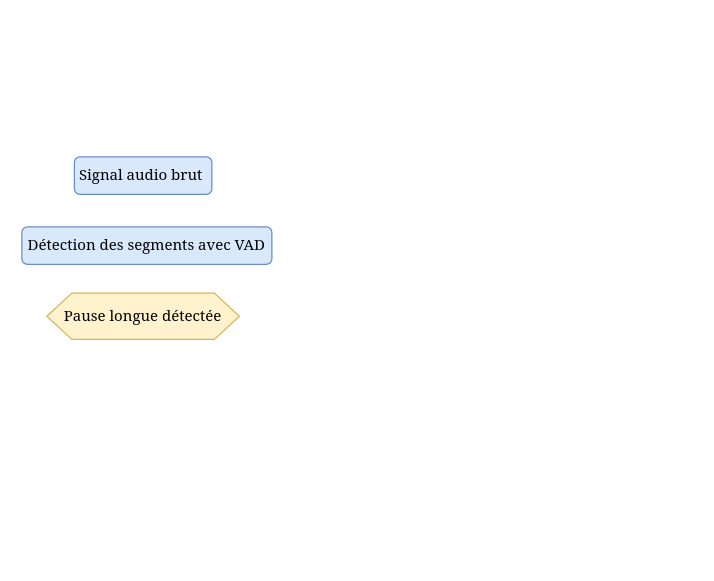
Before: page "Page-2" (2 of 2) of Trimodal_Fluency_sslmodel.drawio in papasega/Applied-Deep-Learning, a draw.io diagram. Source tidied: cells renumbered, new cells numbered last; positions are measured from the earlier drawing's top-left corner, leaving out a move shared by most shapes. Both pictures are drawn from the tidied source at 125%, with x=0, y=0 at pixel (21, 156).
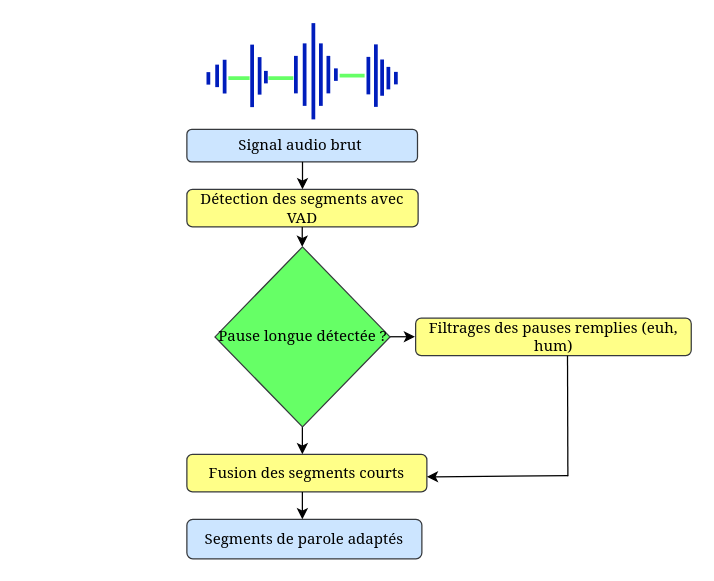
After the change.

Commit message (it also covers changes not shown here):
Mettre à jour Trimodal_Fluency_sslmodel.drawio

Diff of the diagram source:
```diff
@@
-    <mxCell id="2" value="&lt;font face=&quot;Georgia&quot;&gt;Signal audio brut&amp;nbsp;&lt;/font&gt;" style="rounded=1;whiteSpace=wrap;html=1;fillColor=#dae8fc;strokeColor=#6c8ebf;" parent="1" vertex="1">
-      <mxGeometry x="42" width="110" height="30" as="geometry" />
+    <mxCell id="2" value="&lt;font face=&quot;Georgia&quot;&gt;Signal audio brut&amp;nbsp;&lt;/font&gt;" style="rounded=1;whiteSpace=wrap;html=1;fillColor=#cce5ff;strokeColor=#36393d;" parent="1" vertex="1">
+      <mxGeometry x="132" y="-22" width="184.5" height="26" as="geometry" />
     </mxCell>
-    <mxCell id="3" value="&lt;font face=&quot;Georgia&quot;&gt;Détection des segments avec VAD&lt;/font&gt;" style="rounded=1;whiteSpace=wrap;html=1;fillColor=#dae8fc;strokeColor=#6c8ebf;" parent="1" vertex="1">
-      <mxGeometry y="56" width="200" height="30" as="geometry" />
+    <mxCell id="3" value="&lt;font face=&quot;Georgia&quot;&gt;Détection des segments avec VAD&lt;/font&gt;" style="rounded=1;whiteSpace=wrap;html=1;fillColor=#ffff88;strokeColor=#36393d;" parent="1" vertex="1">
+      <mxGeometry x="132" y="26" width="185" height="30" as="geometry" />
     </mxCell>
-    <mxCell id="4" value="&lt;font face=&quot;Georgia&quot;&gt;Pause longue détectée&lt;/font&gt;" style="shape=hexagon;perimeter=hexagonPerimeter2;whiteSpace=wrap;html=1;fixedSize=1;fillColor=#fff2cc;strokeColor=#d6b656;" parent="1" vertex="1">
-      <mxGeometry x="20" y="109" width="154" height="37" as="geometry" />
-    </mxCell>
+    <mxCell id="5" value="&lt;font face=&quot;Georgia&quot;&gt;Filtrages des pauses remplies (euh, hum)&lt;/font&gt;" style="rounded=1;whiteSpace=wrap;html=1;fillColor=#ffff88;strokeColor=#36393d;" parent="1" vertex="1">
+      <mxGeometry x="315" y="129" width="220.5" height="30" as="geometry" />
+    </mxCell>
+    <mxCell id="6" value="&lt;font face=&quot;Georgia&quot;&gt;Fusion des segments courts&lt;/font&gt;" style="rounded=1;whiteSpace=wrap;html=1;fillColor=#ffff88;strokeColor=#36393d;" parent="1" vertex="1">
+      <mxGeometry x="132" y="238" width="192" height="30" as="geometry" />
+    </mxCell>
+    <mxCell id="7" value="&lt;font face=&quot;Georgia&quot;&gt;Segments de parole adaptés&lt;/font&gt;" style="rounded=1;whiteSpace=wrap;html=1;fillColor=#cce5ff;strokeColor=#36393d;" parent="1" vertex="1">
+      <mxGeometry x="132" y="290" width="188" height="31.5" as="geometry" />
+    </mxCell>
+    <mxCell id="8" style="endArrow=classic;html=1;rounded=0;" parent="1" edge="1">
+      <mxGeometry relative="1" as="geometry">
+        <mxPoint x="224.5" y="4" as="sourcePoint" />
+        <mxPoint x="224.5" y="26" as="targetPoint" />
+      </mxGeometry>
+    </mxCell>
+    <mxCell id="9" style="endArrow=classic;html=1;rounded=0;" parent="1" edge="1">
+      <mxGeometry relative="1" as="geometry">
+        <mxPoint x="294.5" y="143.9" as="sourcePoint" />
+        <mxPoint x="314.5" y="143.9" as="targetPoint" />
+      </mxGeometry>
+    </mxCell>
+    <mxCell id="10" style="endArrow=classic;html=1;rounded=0;" parent="1" edge="1">
+      <mxGeometry relative="1" as="geometry">
+        <mxPoint x="224.3" y="56" as="sourcePoint" />
+        <mxPoint x="224.3" y="72" as="targetPoint" />
+      </mxGeometry>
+    </mxCell>
+    <mxCell id="11" style="endArrow=classic;html=1;rounded=0;" parent="1" edge="1">
+      <mxGeometry relative="1" as="geometry">
+        <mxPoint x="224.4" y="216" as="sourcePoint" />
+        <mxPoint x="224.4" y="238" as="targetPoint" />
+      </mxGeometry>
+    </mxCell>
+    <mxCell id="12" style="endArrow=classic;html=1;rounded=0;" parent="1" edge="1">
+      <mxGeometry relative="1" as="geometry">
+        <mxPoint x="224.4" y="268" as="sourcePoint" />
+        <mxPoint x="224.4" y="290" as="targetPoint" />
+      </mxGeometry>
+    </mxCell>
+    <mxCell id="13" style="endArrow=none;html=1;rounded=0;entryX=0.551;entryY=1.006;entryDx=0;entryDy=0;entryPerimeter=0;" parent="1" edge="1" target="5">
+      <mxGeometry relative="1" as="geometry">
+        <mxPoint x="436.8" y="255.5" as="sourcePoint" />
+      </mxGeometry>
+    </mxCell>
+    <mxCell id="14" style="endArrow=classic;html=1;rounded=0;" parent="1" edge="1">
+      <mxGeometry relative="1" as="geometry">
+        <mxPoint x="437" y="255" as="sourcePoint" />
+        <mxPoint x="324" y="256" as="targetPoint" />
+      </mxGeometry>
+    </mxCell>
+    <mxCell id="15" style="endArrow=none;html=1;rounded=0;strokeWidth=3;fillColor=#0050ef;strokeColor=#001DBC;" parent="1" edge="1">
+      <mxGeometry relative="1" as="geometry">
+        <mxPoint x="226.2" y="-40.8" as="sourcePoint" />
+        <mxPoint x="226.2" y="-90.8" as="targetPoint" />
+      </mxGeometry>
+    </mxCell>
+    <mxCell id="16" style="endArrow=none;html=1;rounded=0;strokeWidth=3;fillColor=#0050ef;strokeColor=#001DBC;" parent="1" edge="1">
+      <mxGeometry relative="1" as="geometry">
+        <mxPoint x="233.2" y="-30" as="sourcePoint" />
+        <mxPoint x="233.2" y="-107" as="targetPoint" />
+      </mxGeometry>
+    </mxCell>
+    <mxCell id="17" style="endArrow=none;html=1;rounded=0;strokeWidth=3;fillColor=#0050ef;strokeColor=#001DBC;" parent="1" edge="1">
+      <mxGeometry relative="1" as="geometry">
+        <mxPoint x="239.2" y="-40.8" as="sourcePoint" />
+        <mxPoint x="239.2" y="-90.8" as="targetPoint" />
+      </mxGeometry>
+    </mxCell>
+    <mxCell id="18" style="endArrow=none;html=1;rounded=0;strokeWidth=3;fillColor=#0050ef;strokeColor=#001DBC;" parent="1" edge="1">
+      <mxGeometry relative="1" as="geometry">
+        <mxPoint x="245.2" y="-50.8" as="sourcePoint" />
+        <mxPoint x="245.2" y="-80.8" as="targetPoint" />
+      </mxGeometry>
+    </mxCell>
+    <mxCell id="19" style="endArrow=none;html=1;rounded=0;strokeWidth=3;fillColor=#0050ef;strokeColor=#001DBC;" parent="1" edge="1">
+      <mxGeometry relative="1" as="geometry">
+        <mxPoint x="251.2" y="-60.8" as="sourcePoint" />
+        <mxPoint x="251.2" y="-70.8" as="targetPoint" />
+        <Array as="points">
+          <mxPoint x="251.2" y="-70.8" />
+        </Array>
+      </mxGeometry>
+    </mxCell>
+    <mxCell id="20" style="endArrow=none;html=1;rounded=0;strokeWidth=3;fillColor=#0050ef;strokeColor=#001DBC;" parent="1" edge="1">
+      <mxGeometry relative="1" as="geometry">
+        <mxPoint x="277.2" y="-50" as="sourcePoint" />
+        <mxPoint x="277.2" y="-80" as="targetPoint" />
+      </mxGeometry>
+    </mxCell>
+    <mxCell id="21" style="endArrow=none;html=1;rounded=0;strokeWidth=3;fillColor=#0050ef;strokeColor=#001DBC;" parent="1" edge="1">
+      <mxGeometry relative="1" as="geometry">
+        <mxPoint x="283.2" y="-40" as="sourcePoint" />
+        <mxPoint x="283.2" y="-90" as="targetPoint" />
+      </mxGeometry>
+    </mxCell>
+    <mxCell id="22" style="endArrow=none;html=1;rounded=0;strokeWidth=3;fillColor=#0050ef;strokeColor=#001DBC;" parent="1" edge="1">
+      <mxGeometry relative="1" as="geometry">
+        <mxPoint x="195.2" y="-58.8" as="sourcePoint" />
+        <mxPoint x="195.2" y="-68.8" as="targetPoint" />
+        <Array as="points">
+          <mxPoint x="195.2" y="-68.8" />
+        </Array>
+      </mxGeometry>
+    </mxCell>
+    <mxCell id="23" style="endArrow=none;html=1;rounded=0;strokeWidth=3;fillColor=#0050ef;strokeColor=#001DBC;" parent="1" edge="1">
+      <mxGeometry relative="1" as="geometry">
+        <mxPoint x="288.2" y="-49" as="sourcePoint" />
+        <mxPoint x="288.2" y="-69" as="targetPoint" />
+        <Array as="points">
+          <mxPoint x="288.2" y="-78" />
+        </Array>
+      </mxGeometry>
+    </mxCell>
+    <mxCell id="24" style="endArrow=none;html=1;rounded=0;strokeWidth=3;fillColor=#0050ef;strokeColor=#001DBC;" parent="1" edge="1">
+      <mxGeometry relative="1" as="geometry">
+        <mxPoint x="219.2" y="-50.8" as="sourcePoint" />
+        <mxPoint x="219.2" y="-80.8" as="targetPoint" />
+      </mxGeometry>
+    </mxCell>
+    <mxCell id="25" style="endArrow=none;html=1;rounded=0;strokeWidth=3;fillColor=#0050ef;strokeColor=#001DBC;" parent="1" edge="1">
+      <mxGeometry relative="1" as="geometry">
+        <mxPoint x="190.2" y="-49.8" as="sourcePoint" />
+        <mxPoint x="190.2" y="-79.8" as="targetPoint" />
+      </mxGeometry>
+    </mxCell>
+    <mxCell id="26" style="endArrow=none;html=1;rounded=0;strokeWidth=3;fillColor=#0050ef;strokeColor=#001DBC;" parent="1" edge="1">
+      <mxGeometry relative="1" as="geometry">
+        <mxPoint x="184.2" y="-39.8" as="sourcePoint" />
+        <mxPoint x="184.2" y="-89.8" as="targetPoint" />
+        <Array as="points">
+          <mxPoint x="184.2" y="-39.8" />
+        </Array>
+      </mxGeometry>
+    </mxCell>
+    <mxCell id="27" style="endArrow=none;html=1;rounded=0;strokeWidth=3;fillColor=#0050ef;strokeColor=#001DBC;" parent="1" edge="1">
+      <mxGeometry relative="1" as="geometry">
+        <mxPoint x="293.2" y="-54" as="sourcePoint" />
+        <mxPoint x="293.2" y="-72" as="targetPoint" />
+      </mxGeometry>
+    </mxCell>
+    <mxCell id="28" style="endArrow=none;html=1;rounded=0;strokeWidth=3;fillColor=#0050ef;strokeColor=#001DBC;" parent="1" edge="1">
+      <mxGeometry relative="1" as="geometry">
+        <mxPoint x="162.2" y="-50.8" as="sourcePoint" />
+        <mxPoint x="162.2" y="-68.8" as="targetPoint" />
+        <Array as="points">
+          <mxPoint x="162.2" y="-77.8" />
+        </Array>
+      </mxGeometry>
+    </mxCell>
+    <mxCell id="29" style="endArrow=none;html=1;rounded=0;strokeWidth=3;fillColor=#0050ef;strokeColor=#001DBC;" parent="1" edge="1">
+      <mxGeometry relative="1" as="geometry">
+        <mxPoint x="156.2" y="-55.8" as="sourcePoint" />
+        <mxPoint x="156.2" y="-73.8" as="targetPoint" />
+      </mxGeometry>
+    </mxCell>
+    <mxCell id="30" style="endArrow=none;html=1;rounded=0;strokeWidth=3;fillColor=#0050ef;strokeColor=#001DBC;" parent="1" edge="1">
+      <mxGeometry relative="1" as="geometry">
+        <mxPoint x="149.2" y="-57.8" as="sourcePoint" />
+        <mxPoint x="149.2" y="-67.8" as="targetPoint" />
+      </mxGeometry>
+    </mxCell>
+    <mxCell id="31" style="endArrow=none;html=1;rounded=0;strokeWidth=3;fillColor=#0050ef;strokeColor=#001DBC;" parent="1" edge="1">
+      <mxGeometry relative="1" as="geometry">
+        <mxPoint x="299.2" y="-58" as="sourcePoint" />
+        <mxPoint x="299.2" y="-68" as="targetPoint" />
+      </mxGeometry>
+    </mxCell>
+    <mxCell id="32" style="endArrow=none;html=1;rounded=0;strokeWidth=3;fillColor=#ffcc99;strokeColor=#66FF66;" parent="1" edge="1">
+      <mxGeometry relative="1" as="geometry">
+        <mxPoint x="217.2" y="-63" as="sourcePoint" />
+        <mxPoint x="197.2" y="-63" as="targetPoint" />
+      </mxGeometry>
+    </mxCell>
+    <mxCell id="33" style="endArrow=none;html=1;rounded=0;strokeWidth=3;fillColor=#ffcccc;strokeColor=#66FF66;" parent="1" edge="1">
+      <mxGeometry relative="1" as="geometry">
+        <mxPoint x="274.2" y="-65" as="sourcePoint" />
+        <mxPoint x="254.2" y="-65" as="targetPoint" />
+      </mxGeometry>
+    </mxCell>
+    <mxCell id="34" style="endArrow=none;html=1;rounded=0;strokeWidth=3;fillColor=#ffcccc;strokeColor=#66FF66;" parent="1" edge="1">
+      <mxGeometry relative="1" as="geometry">
+        <mxPoint x="182.2" y="-63" as="sourcePoint" />
+        <mxPoint x="165.2" y="-63" as="targetPoint" />
+      </mxGeometry>
+    </mxCell>
+    <mxCell id="35" value="&lt;span style=&quot;font-family: Georgia;&quot;&gt;Pause longue détectée ?&lt;/span&gt;" style="rhombus;whiteSpace=wrap;html=1;fillColor=#66FF66;strokeColor=#36393d;" parent="1" vertex="1">
+      <mxGeometry x="154.5" y="72" width="140" height="144" as="geometry" />
+    </mxCell>
```
